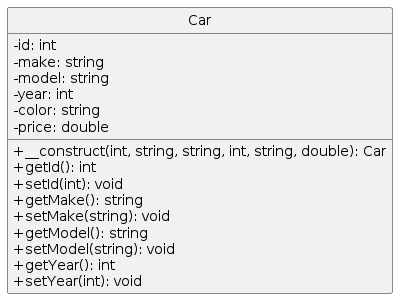
luke-hamann/stc-cis-266-scrum-3 keeps this PlantUML diagram as Scrum3_Team_3/Provider_3/Diagrams/Car.png. Above is the earlier version. Source of this version:
```plantuml
@startuml
hide circle
skinparam classAttributeIconSize 0

class Car {
    - id: int
    - make: string
    - model: string
    - year: int
    - color: string
    - price: double
    + __construct(int, string, string, int, string, double): Car
    + getId(): int
    + setId(int): void
    + getMake(): string
    + setMake(string): void
    + getModel(): string
    + setModel(string): void
    + getYear(): int
    + setYear(int): void
}
@enduml
```
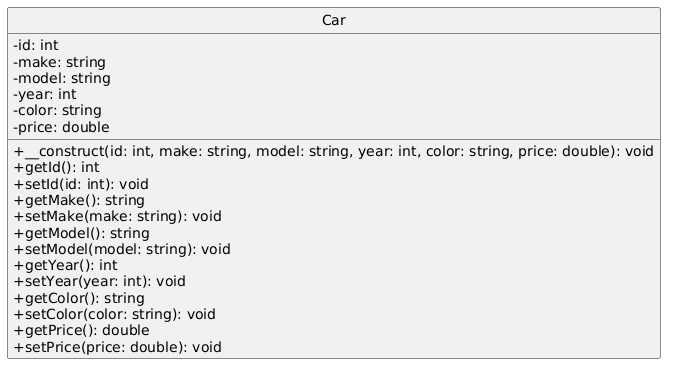
After the commit.

Change to the diagram source:
```diff
@@ -9,14 +9,18 @@
     - year: int
     - color: string
     - price: double
-    + __construct(int, string, string, int, string, double): Car
+    + __construct(id: int, make: string, model: string, year: int, color: string, price: double): void
     + getId(): int
-    + setId(int): void
+    + setId(id: int): void
     + getMake(): string
-    + setMake(string): void
+    + setMake(make: string): void
     + getModel(): string
-    + setModel(string): void
+    + setModel(model: string): void
     + getYear(): int
-    + setYear(int): void
+    + setYear(year: int): void
+    + getColor(): string
+    + setColor(color: string): void
+    + getPrice(): double
+    + setPrice(price: double): void
 }
 @enduml
```
